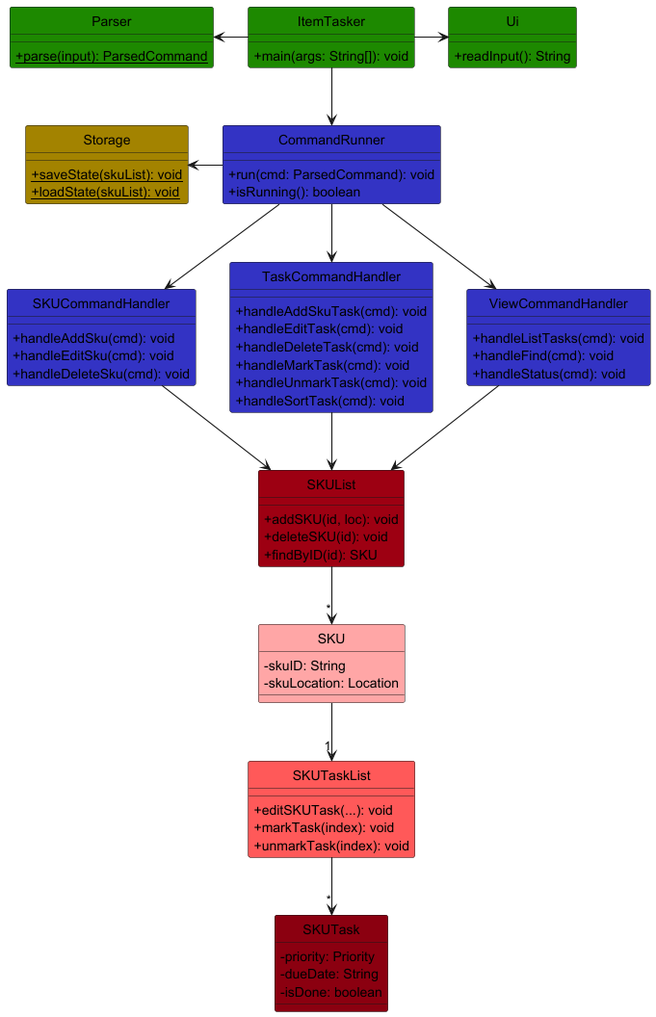
Before: docs/plantUML/architecture.png, a diagram exported from PlantUML (heehaw1234/tp).
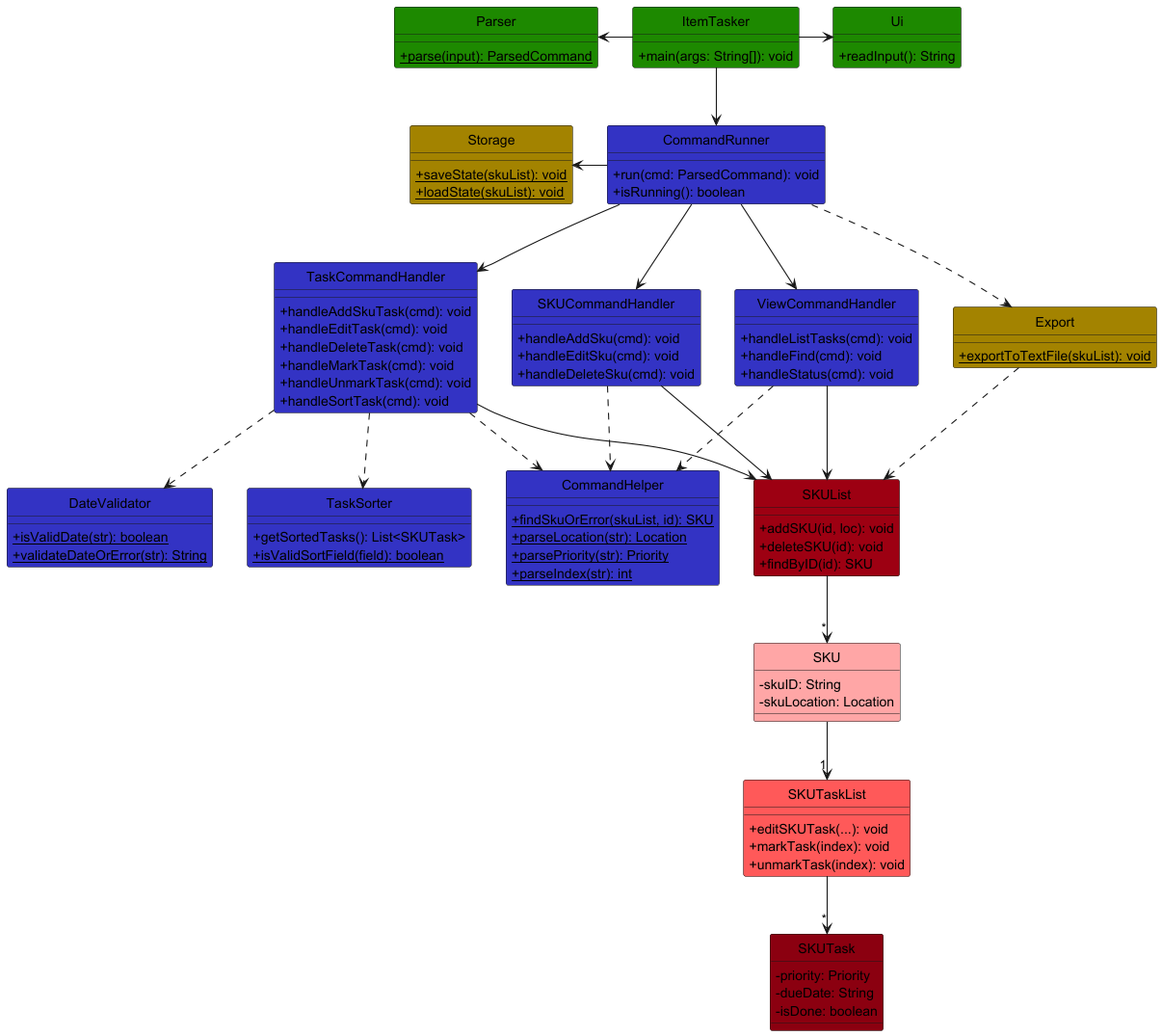
The same diagram one commit later.

Commit message:
Update DG, UG and architecture diagrams

What changed in the source:
```diff
@@ -42,6 +42,23 @@
   + handleStatus(cmd): void
 }
 
+class CommandHelper LOGIC_COLOR {
+  + {static} findSkuOrError(skuList, id): SKU
+  + {static} parseLocation(str): Location
+  + {static} parsePriority(str): Priority
+  + {static} parseIndex(str): int
+}
+
+class DateValidator LOGIC_COLOR {
+  + {static} isValidDate(str): boolean
+  + {static} validateDateOrError(str): String
+}
+
+class TaskSorter LOGIC_COLOR {
+  + getSortedTasks(): List<SKUTask>
+  + {static} isValidSortField(field): boolean
+}
+
 class SKUList MODEL_COLOR {
   + addSKU(id, loc): void
   + deleteSKU(id): void
@@ -70,6 +87,10 @@
   + {static} loadState(skuList): void
 }
 
+class Export STORAGE_COLOR {
+  + {static} exportToTextFile(skuList): void
+}
+
 ItemTasker -down-> CommandRunner
 ItemTasker -right-> Ui
 ItemTasker -left-> Parser
@@ -78,10 +99,18 @@
 CommandRunner -down-> TaskCommandHandler
 CommandRunner -down-> ViewCommandHandler
 CommandRunner -left-> Storage
+CommandRunner ..> Export
+
+SKUCommandHandler ..> CommandHelper
+TaskCommandHandler ..> CommandHelper
+ViewCommandHandler ..> CommandHelper
+TaskCommandHandler ..> DateValidator
+TaskCommandHandler ..> TaskSorter
 
 SKUCommandHandler -down-> SKUList
 TaskCommandHandler -down-> SKUList
 ViewCommandHandler -down-> SKUList
+Export ..> SKUList
 
 SKUList -down-> "*" SKU
 SKU -down-> "1" SKUTaskList
```
